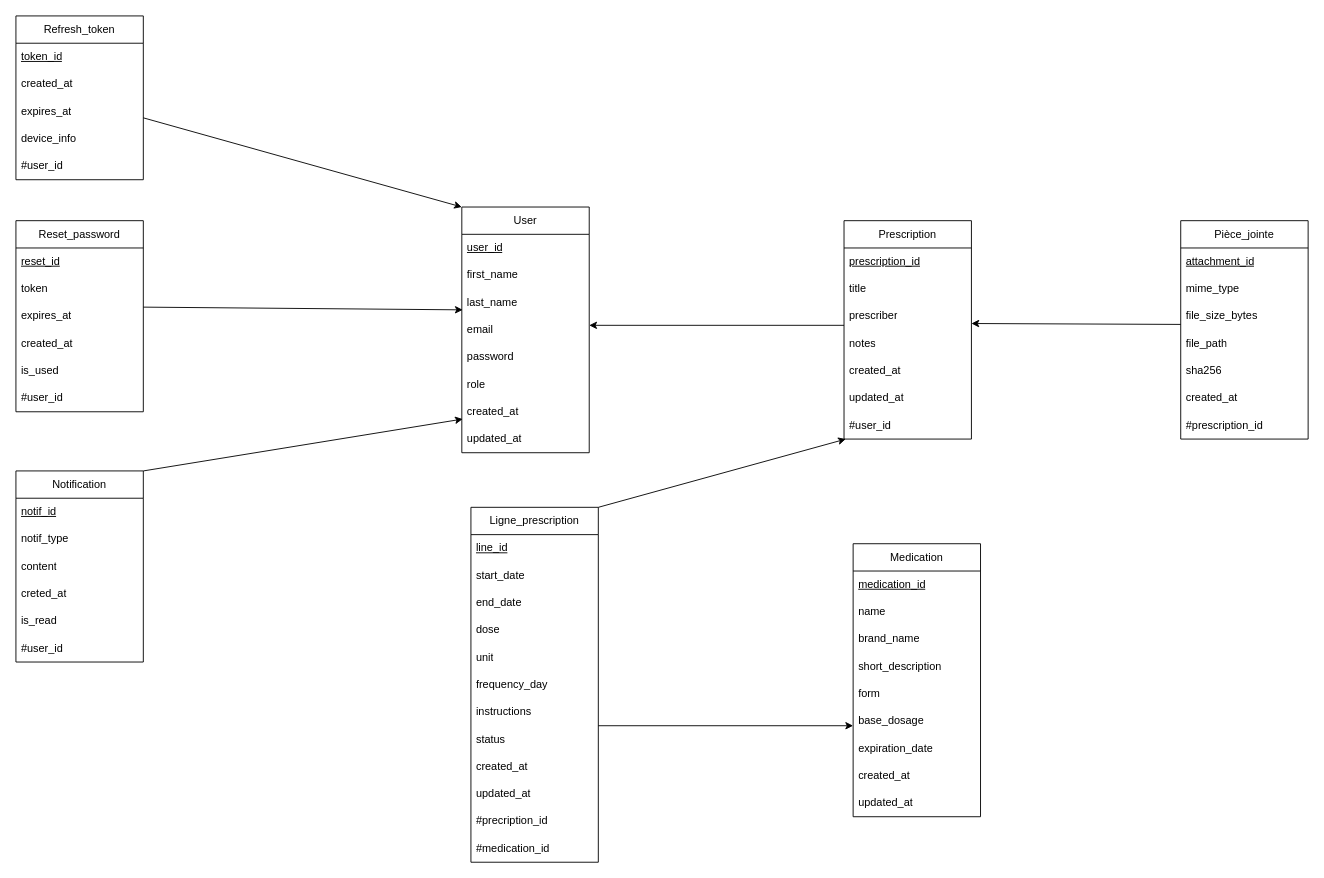
HJuddith/OrdoLite-API keeps this draw.io diagram as docs/conception/mld.drawio. Above is the earlier version. Source tidied: cells renumbered, new cells numbered last; positions are measured from the earlier drawing's top-left corner, leaving out a move shared by most shapes. Both pictures are drawn from the tidied source at 91%, with x=0, y=0 at pixel (15, 15).
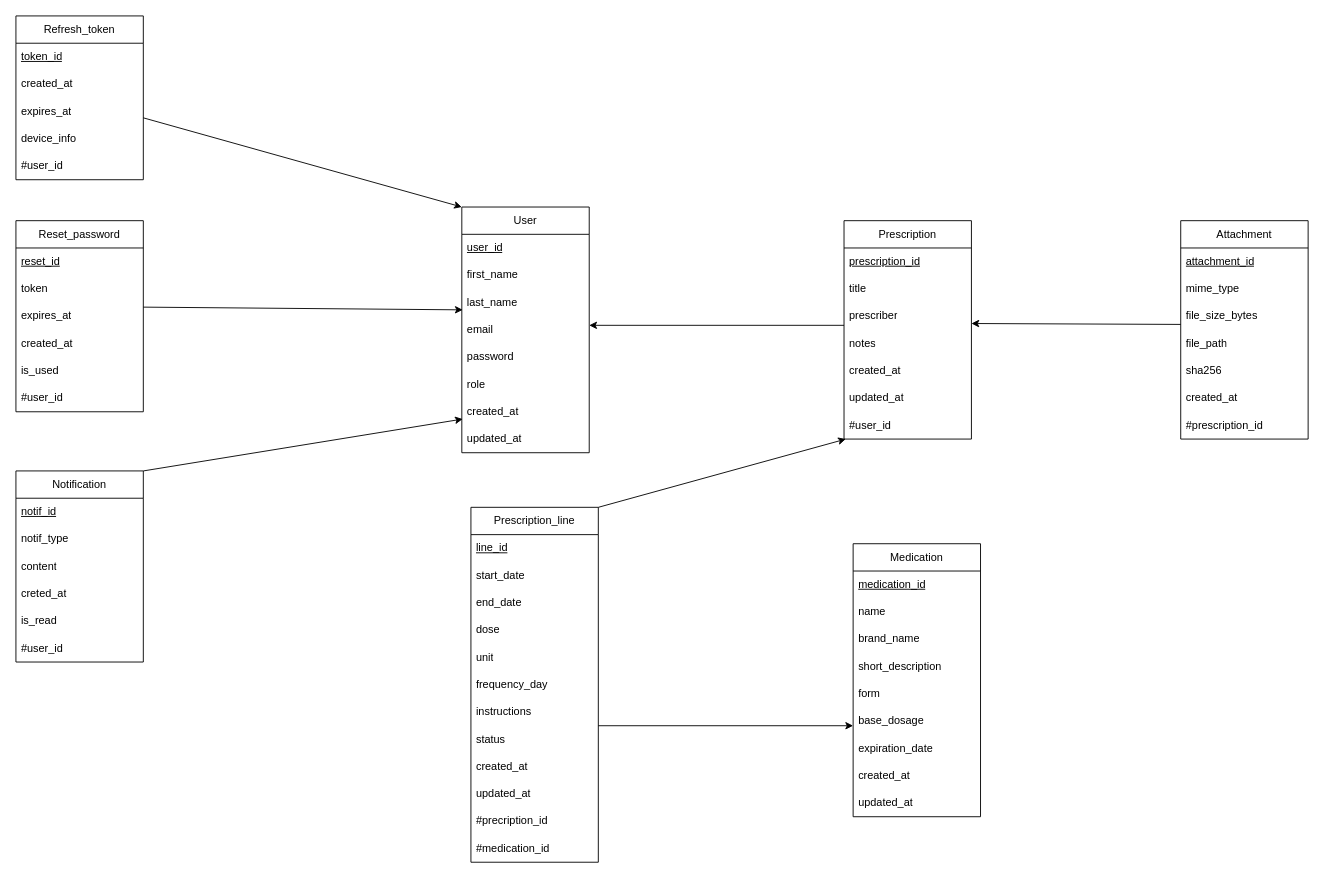
The same diagram, later.

The edit, as a diff of the source:
```diff
@@
-    <mxCell id="2" value="Ligne_prescription" style="swimlane;fontStyle=0;horizontal=1;startSize=30;whiteSpace=wrap;html=1;" parent="1" vertex="1">
+    <mxCell id="2" value="Prescription_line" style="swimlane;fontStyle=0;horizontal=1;startSize=30;whiteSpace=wrap;html=1;" parent="1" vertex="1">
       <mxGeometry x="500" y="540" width="140" height="390" as="geometry" />
     </mxCell>
@@
-    <mxCell id="68" value="Pièce_jointe" style="swimlane;fontStyle=0;horizontal=1;startSize=30;whiteSpace=wrap;html=1;" parent="1" vertex="1">
+    <mxCell id="68" value="Attachment" style="swimlane;fontStyle=0;horizontal=1;startSize=30;whiteSpace=wrap;html=1;" parent="1" vertex="1">
       <mxGeometry x="1280" y="225" width="140" height="240" as="geometry" />
     </mxCell>
```
